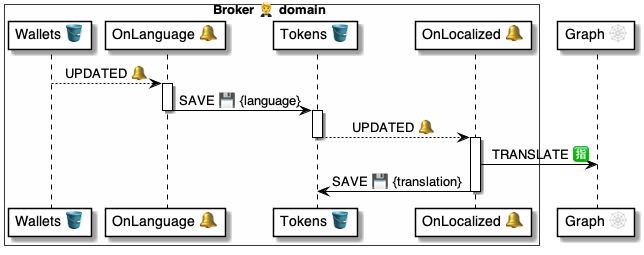
Earlier version of the PlantUML export 4 ⚙️ Solution/20 🧑‍🦰 UI/Brokers 🤵/🤵🪣 Broker tables/Tokens 🎫 table/🪣🔔 5 Localized/🤵 OnTokenLocalized ⚙️ uml.png (pollyweb-org/pollyweb-docs). Its source is kept beside it as 4 ⚙️ Solution/20 🧑‍🦰 UI/Brokers 🤵/🤵🪣 Broker tables/Tokens 🎫 table/🪣🔔 5 Localized/🤵 OnTokenLocalized ⚙️ uml.puml.
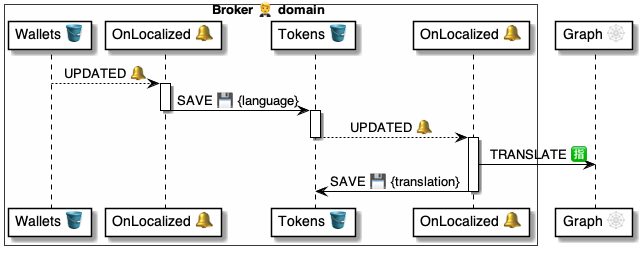
Above is the later version.

What changed in the source:
```diff
@@ -3,7 +3,7 @@
 
 box Broker 🤵 domain #FFFFFA
     participant "Wallets 🪣" as wallets
-    participant "OnLanguage 🔔" as script
+    participant "OnLocalized 🔔" as script
     participant "Tokens 🪣" as tokens
     participant "OnLocalized 🔔" as handler
 end box
```
